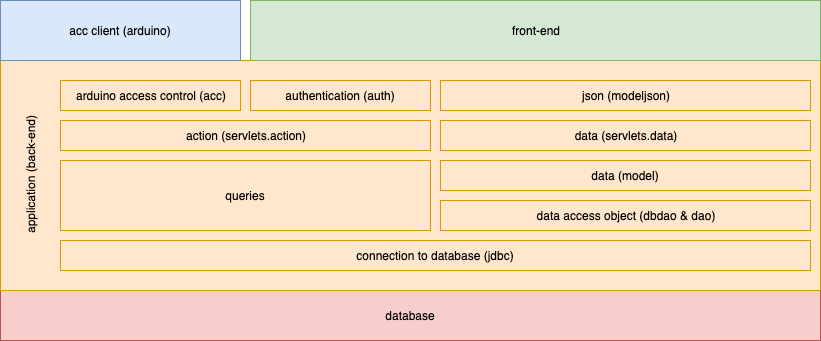
This is design/app/app_be.png from giuliobosco/freqline, a draw.io export, as it was before one commit. Source tidied: cells renumbered, new cells last; positions are measured from the earlier drawing's top-left corner, leaving out a move shared by most shapes.
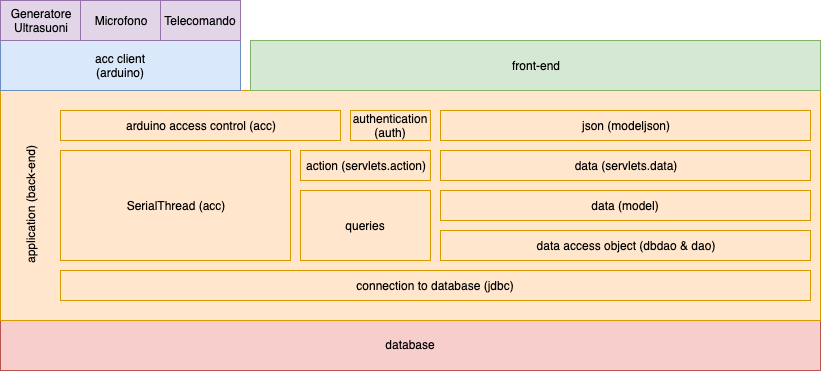
Later version of the same file.

Diff of the diagram source:
```diff
@@ -2,7 +2,7 @@
   <root>
     <mxCell id="0" />
     <mxCell id="1" parent="0" />
-    <mxCell id="2" value="&lt;span style=&quot;white-space: normal&quot;&gt;database&lt;/span&gt;" style="rounded=0;whiteSpace=wrap;html=1;fillColor=#f8cecc;strokeColor=#b85450;" parent="1" vertex="1">
+    <mxCell id="2" style="rounded=0;whiteSpace=wrap;html=1;fillColor=#f8cecc;strokeColor=#b85450;" parent="1" vertex="1">
       <mxGeometry x="40" y="290" width="820" height="50" as="geometry" />
     </mxCell>
     <mxCell id="3" style="rounded=0;whiteSpace=wrap;html=1;fillColor=#ffe6cc;strokeColor=#d79b00;" parent="1" vertex="1">
@@ -14,6 +14,9 @@
     <mxCell id="5" value="connection to database (jdbc)" style="rounded=0;whiteSpace=wrap;html=1;fillColor=#ffe6cc;strokeColor=#d79b00;" parent="1" vertex="1">
       <mxGeometry x="100" y="240" width="750" height="30" as="geometry" />
     </mxCell>
+    <mxCell id="16" value="database" style="text;html=1;strokeColor=none;fillColor=none;align=center;verticalAlign=middle;whiteSpace=wrap;rounded=0;rotation=0;" parent="1" vertex="1">
+      <mxGeometry x="50" y="304" width="800" height="20" as="geometry" />
+    </mxCell>
     <mxCell id="6" value="data access object (dbdao &amp;amp; dao)" style="rounded=0;whiteSpace=wrap;html=1;fillColor=#ffe6cc;strokeColor=#d79b00;" parent="1" vertex="1">
       <mxGeometry x="480" y="200" width="370" height="30" as="geometry" />
     </mxCell>
@@ -21,28 +24,46 @@
       <mxGeometry x="480" y="160" width="370" height="30" as="geometry" />
     </mxCell>
     <mxCell id="8" value="action (servlets.action)" style="rounded=0;whiteSpace=wrap;html=1;fillColor=#ffe6cc;strokeColor=#d79b00;" parent="1" vertex="1">
-      <mxGeometry x="100" y="120" width="370" height="30" as="geometry" />
+      <mxGeometry x="340" y="120" width="130" height="30" as="geometry" />
     </mxCell>
     <mxCell id="9" value="data (servlets.data)" style="rounded=0;whiteSpace=wrap;html=1;fillColor=#ffe6cc;strokeColor=#d79b00;" parent="1" vertex="1">
       <mxGeometry x="480" y="120" width="370" height="30" as="geometry" />
     </mxCell>
     <mxCell id="10" value="authentication (auth)" style="rounded=0;whiteSpace=wrap;html=1;fillColor=#ffe6cc;strokeColor=#d79b00;" parent="1" vertex="1">
-      <mxGeometry x="290" y="80" width="180" height="30" as="geometry" />
+      <mxGeometry x="390" y="80" width="80" height="30" as="geometry" />
     </mxCell>
     <mxCell id="11" value="json (modeljson)" style="rounded=0;whiteSpace=wrap;html=1;fillColor=#ffe6cc;strokeColor=#d79b00;" parent="1" vertex="1">
       <mxGeometry x="480" y="80" width="370" height="30" as="geometry" />
     </mxCell>
     <mxCell id="12" value="arduino access control (acc)" style="rounded=0;whiteSpace=wrap;html=1;fillColor=#ffe6cc;strokeColor=#d79b00;" parent="1" vertex="1">
-      <mxGeometry x="100" y="80" width="180" height="30" as="geometry" />
+      <mxGeometry x="100" y="80" width="280" height="30" as="geometry" />
     </mxCell>
-    <mxCell id="13" value="&lt;span style=&quot;white-space: normal&quot;&gt;front-end&lt;/span&gt;" style="rounded=0;whiteSpace=wrap;html=1;fillColor=#d5e8d4;strokeColor=#82b366;" parent="1" vertex="1">
-      <mxGeometry x="290" width="570" height="60" as="geometry" />
+    <mxCell id="13" style="rounded=0;whiteSpace=wrap;html=1;fillColor=#d5e8d4;strokeColor=#82b366;" parent="1" vertex="1">
+      <mxGeometry x="290" y="10" width="570" height="50" as="geometry" />
     </mxCell>
-    <mxCell id="14" value="&lt;span style=&quot;white-space: normal&quot;&gt;acc client (arduino)&lt;/span&gt;" style="rounded=0;whiteSpace=wrap;html=1;fillColor=#dae8fc;strokeColor=#6c8ebf;" parent="1" vertex="1">
-      <mxGeometry x="40" width="240" height="60" as="geometry" />
+    <mxCell id="14" style="rounded=0;whiteSpace=wrap;html=1;fillColor=#dae8fc;strokeColor=#6c8ebf;" parent="1" vertex="1">
+      <mxGeometry x="40" y="10" width="240" height="50" as="geometry" />
     </mxCell>
+    <mxCell id="17" value="Generatore&lt;br&gt;Ultrasuoni" style="rounded=0;whiteSpace=wrap;html=1;fillColor=#e1d5e7;strokeColor=#9673a6;" parent="1" vertex="1">
+      <mxGeometry x="40" y="-30" width="80" height="40" as="geometry" />
+    </mxCell>
+    <mxCell id="18" value="Microfono" style="rounded=0;whiteSpace=wrap;html=1;fillColor=#e1d5e7;strokeColor=#9673a6;" parent="1" vertex="1">
+      <mxGeometry x="120" y="-30" width="80" height="40" as="geometry" />
+    </mxCell>
+    <mxCell id="19" value="Telecomando" style="rounded=0;whiteSpace=wrap;html=1;fillColor=#e1d5e7;strokeColor=#9673a6;" parent="1" vertex="1">
+      <mxGeometry x="200" y="-30" width="80" height="40" as="geometry" />
+    </mxCell>
+    <mxCell id="20" value="front-end" style="text;html=1;strokeColor=none;fillColor=none;align=center;verticalAlign=middle;whiteSpace=wrap;rounded=0;rotation=0;" parent="1" vertex="1">
+      <mxGeometry x="545" y="25" width="60" height="20" as="geometry" />
+    </mxCell>
+    <mxCell id="21" value="acc client (arduino)" style="text;html=1;strokeColor=none;fillColor=none;align=center;verticalAlign=middle;whiteSpace=wrap;rounded=0;rotation=0;" parent="1" vertex="1">
+      <mxGeometry x="130" y="25" width="60" height="20" as="geometry" />
+    </mxCell>
     <mxCell id="15" value="queries" style="rounded=0;whiteSpace=wrap;html=1;fillColor=#ffe6cc;strokeColor=#d79b00;" parent="1" vertex="1">
-      <mxGeometry x="100" y="160" width="370" height="70" as="geometry" />
+      <mxGeometry x="340" y="160" width="130" height="70" as="geometry" />
     </mxCell>
+    <mxCell id="22" value="SerialThread (acc)" style="rounded=0;whiteSpace=wrap;html=1;fillColor=#ffe6cc;strokeColor=#d79b00;" parent="1" vertex="1">
+      <mxGeometry x="100" y="120" width="230" height="110" as="geometry" />
+    </mxCell>
   </root>
 </mxGraphModel>
```
